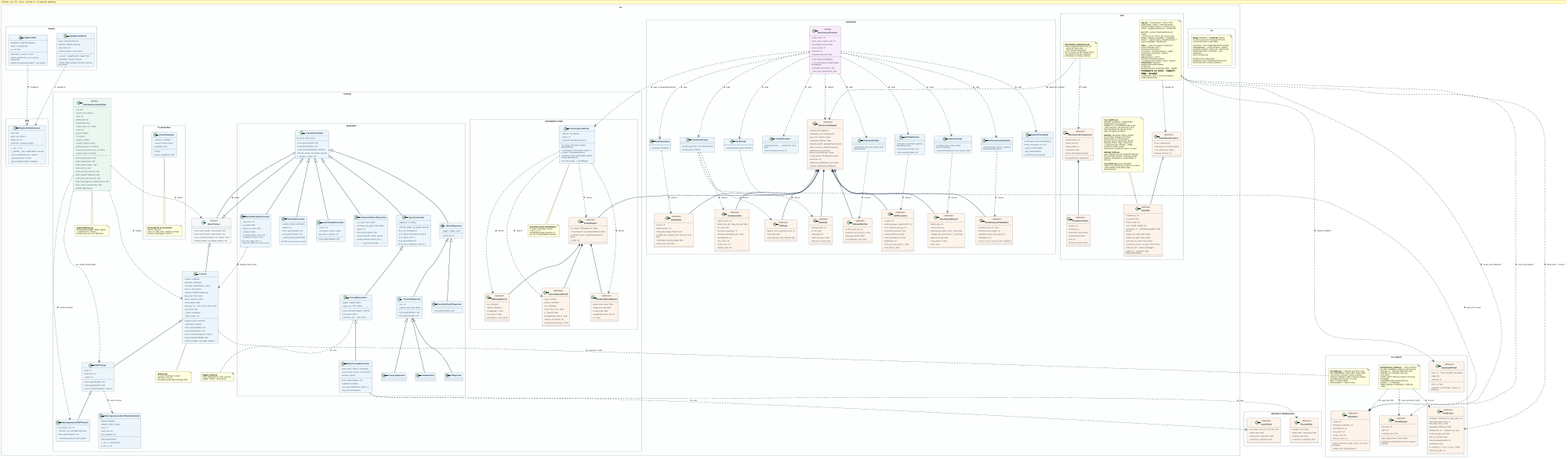
Earlier version of the PlantUML export docs/class_diagram.png (alerguezrojas/tfg-distributed-transformers).
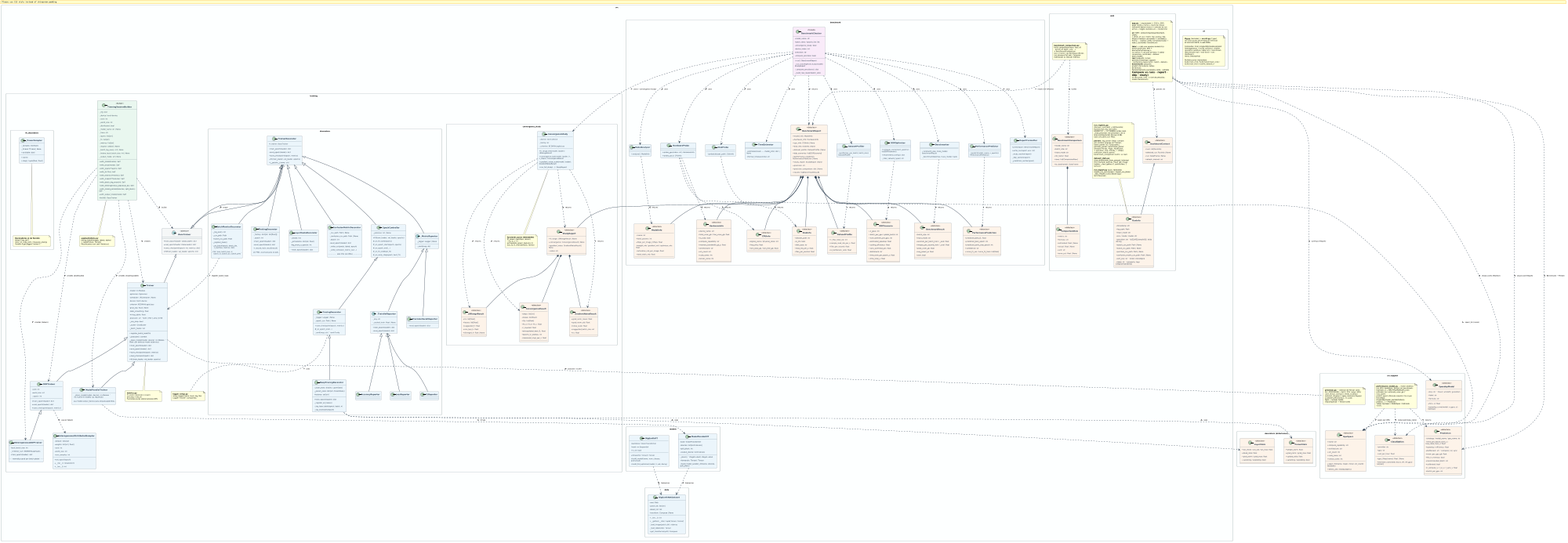
Above is the later version.

Commit message:
docs: add ModelParallelTrainer to class diagram (regen svg/png) + formalize README

Change to the diagram source:
```diff
@@ -45,6 +45,7 @@
     - _batch_hooks: list
     + register_batch_hook(fn)
     - _autocast(): context
+    - _place_model(model, device): nn.Module  ' hook: por defecto model.to(device)
     + train_epoch(loader): dict
     + eval_epoch(loader): dict
     + save_checkpoint(epoch, metrics)
@@ -66,6 +67,11 @@
     - _criterion_sum: BCEWithLogitsLoss
     + train_epoch(loader): dict
     .. normaliza grad por batch global ..
+  }
+
+  class ModelParallelTrainer {
+    - _place_model(model, device): nn.Module  ' no mueve el modelo (ya repartido)
+    .. usa model.output_device para etiquetas/pérdida ..
   }
 
   class TrainingSessionBuilder <<Builder>> {
@@ -91,6 +97,7 @@
     + with_inspect(*features): Self
     + with_batch_log_every(n): Self
     + with_heterogeneous_ddp(local_bs): Self
+    + with_model_parallel(devices, split_block): Self
     + with_output_mode(mode): Self
     + build(): BaseTrainer
   }
@@ -683,6 +690,7 @@
 BaseTrainer <|-- Trainer
 Trainer <|-- DDPTrainer
 DDPTrainer <|-- HeterogeneousDDPTrainer
+Trainer <|-- ModelParallelTrainer
 BaseTrainer <|-- TrainerDecorator
 
 TrainerDecorator <|-- EpochController
@@ -708,6 +716,7 @@
 TrainingSessionBuilder ..> Trainer : creates >
 TrainingSessionBuilder ..> DDPTrainer : creates (distributed) >
 TrainingSessionBuilder ..> HeterogeneousDDPTrainer : creates (hetero) >
+TrainingSessionBuilder ..> ModelParallelTrainer : creates (model-parallel) >
 TrainingSessionBuilder ..> aug_note : uses >
 
 DDPTrainer ..> HeterogeneousDistributedSampler : usa en hetero >
@@ -759,6 +768,7 @@
 
 BigEarthViT ..> BigEarthNetDataset : trained on >
 ModelParallelViT ..> BigEarthNetDataset : trained on >
+ModelParallelTrainer ..> ModelParallelViT : drives >
 
 Trainer ..> metrics_note : uses >
 Trainer ..> precision_note : autocast / scaler >
```
